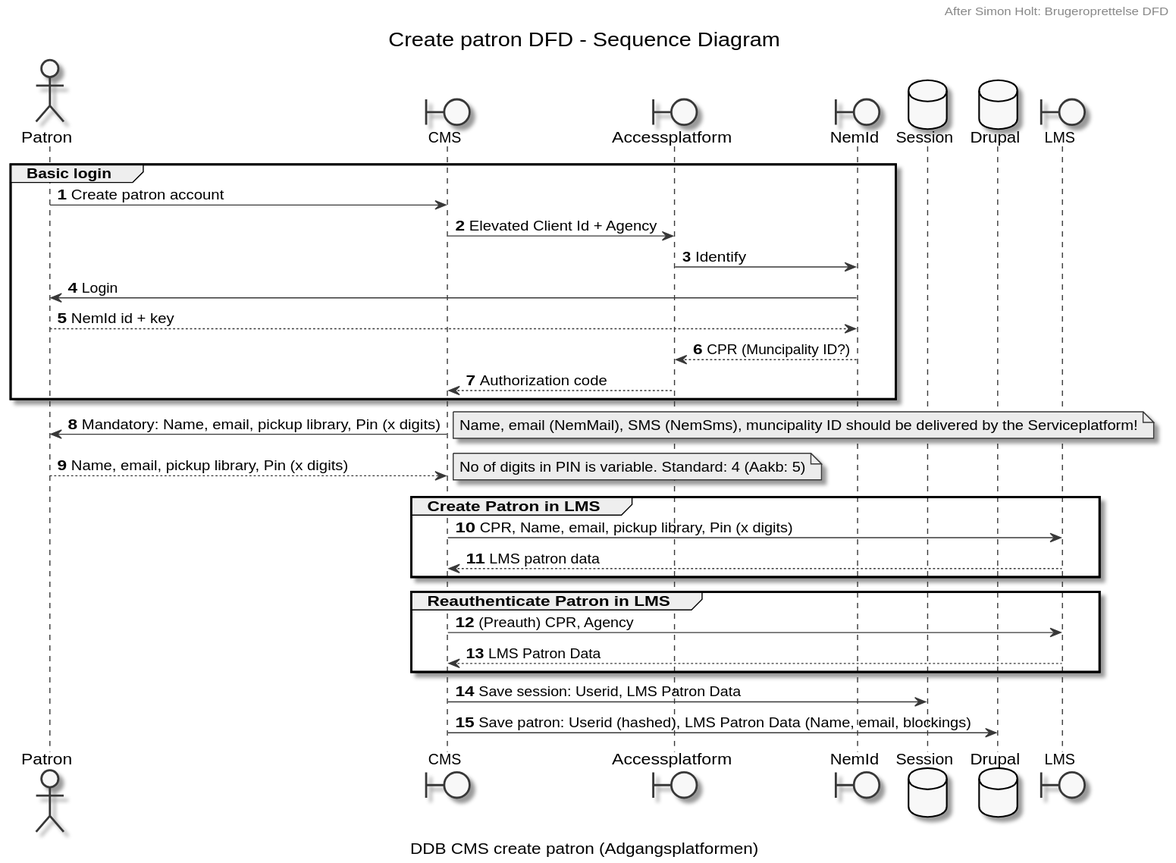
Above: docs/create-patron-dfd.svg in danskernesdigitalebibliotek/plantuml (PlantUML), before the change.
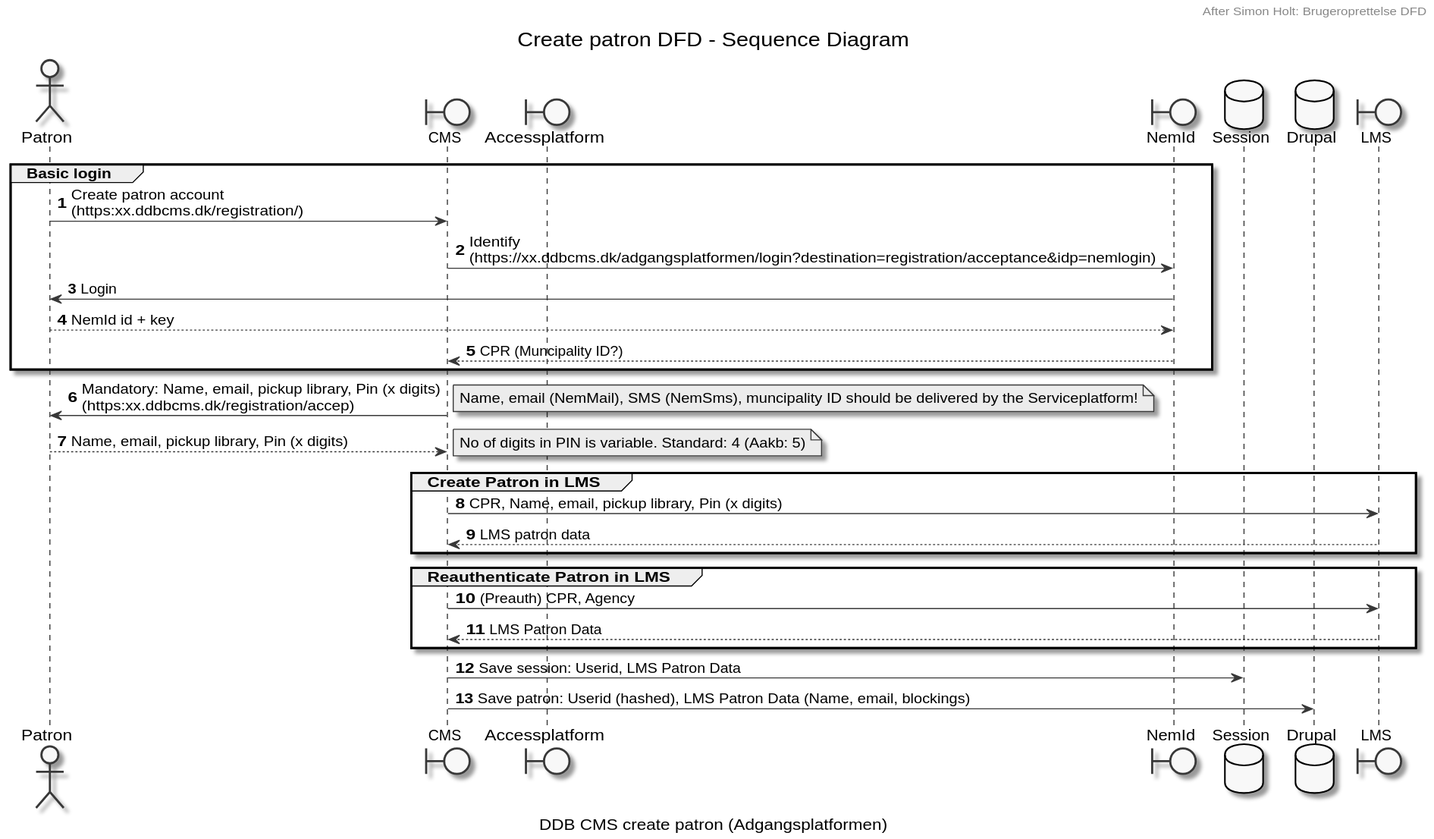
The same file after the commit.

What changed in the source:
```diff
@@ -18,17 +18,16 @@
 
 group Basic login
 
-    USER -> CMS: Create patron account
-    CMS -> AP: Elevated Client Id + Agency
-    AP -> NEMID: Identify
+    USER -> CMS: Create patron account\n(https:xx.ddbcms.dk/registration/)
+    CMS -> NEMID: Identify\n(https://xx.ddbcms.dk/adgangsplatformen/login?destination=registration/acceptance&idp=nemlogin)
+
     NEMID -> USER: Login
     NEMID <-- USER: NemId id + key
-    AP <-- NEMID: CPR (Muncipality ID?)
-    CMS <-- AP: Authorization code
+    CMS <-- NEMID: CPR (Muncipality ID?)
 end
 
 
-    CMS -> USER: Mandatory: Name, email, pickup library, Pin (x digits)
+    CMS -> USER: Mandatory: Name, email, pickup library, Pin (x digits)\n(https:xx.ddbcms.dk/registration/accep)
     note right
         Name, email (NemMail), SMS (NemSms), muncipality ID should be delivered by the Serviceplatform!
     end note
```
